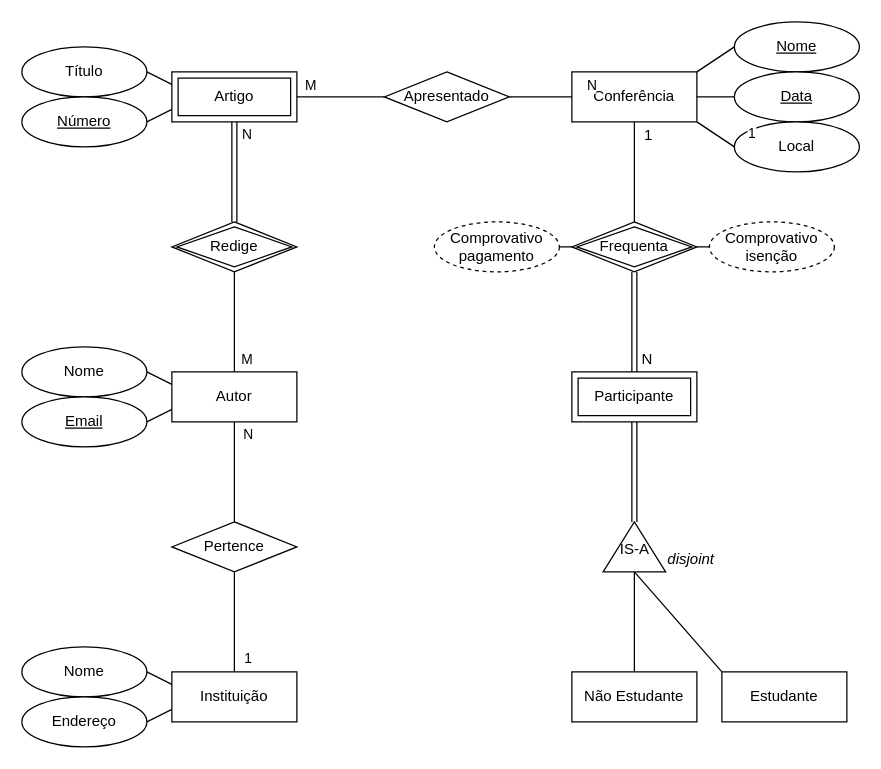
This is page "2.3" (3 of 3) of P/P02/P2.drawio from RafaelCurado/BD-1, a draw.io file, before an edit. Source tidied: cells renumbered, new cells numbered last; positions are measured from the earlier drawing's top-left corner, leaving out a move shared by most shapes. Both pictures are drawn from the tidied source at 125%, with x=0, y=0 at pixel (21, 21).
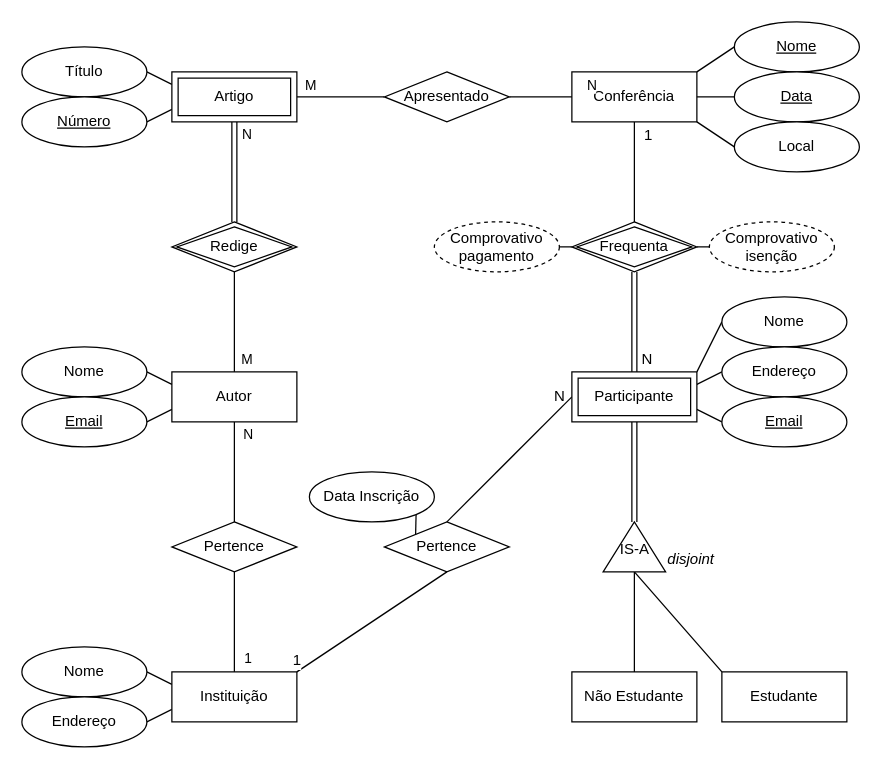
The same page after the edit.

The change refers to these unchanged cells:
```xml
<mxCell id="26" value="Instituição" style="whiteSpace=wrap;html=1;align=center;" parent="1" vertex="1">
  <mxGeometry x="120" y="520" width="100" height="40" as="geometry" />
</mxCell>
<mxCell id="47" value="Participante" style="shape=ext;margin=3;double=1;whiteSpace=wrap;html=1;align=center;fontSize=12;" parent="1" vertex="1">
  <mxGeometry x="440" y="280" width="100" height="40" as="geometry" />
</mxCell>
```

Diff of the diagram source:
```diff
@@
-    <mxCell id="42" value="1" style="edgeLabel;html=1;align=center;verticalAlign=middle;" parent="1" vertex="1">
-      <mxGeometry x="645.4" y="101.2" as="geometry">
-        <mxPoint x="-62" y="-13" as="offset" />
-      </mxGeometry>
-    </mxCell>
@@
+    <mxCell id="54" style="edgeStyle=none;rounded=0;jettySize=auto;html=1;exitX=1;exitY=0;exitDx=0;exitDy=0;entryX=0;entryY=0.5;entryDx=0;entryDy=0;fontSize=12;endArrow=none;endFill=0;" parent="1" edge="1" source="47" target="59">
+      <mxGeometry relative="1" as="geometry" />
+    </mxCell>
+    <mxCell id="55" style="edgeStyle=none;rounded=0;jettySize=auto;html=1;exitX=1;exitY=0.25;exitDx=0;exitDy=0;entryX=0;entryY=0.5;entryDx=0;entryDy=0;fontSize=12;endArrow=none;endFill=0;" parent="1" edge="1" source="47" target="60">
+      <mxGeometry relative="1" as="geometry" />
+    </mxCell>
+    <mxCell id="56" style="edgeStyle=none;rounded=0;jettySize=auto;html=1;exitX=1;exitY=0.75;exitDx=0;exitDy=0;entryX=0;entryY=0.5;entryDx=0;entryDy=0;fontSize=12;endArrow=none;endFill=0;" parent="1" edge="1" source="47" target="61">
+      <mxGeometry relative="1" as="geometry" />
+    </mxCell>
+    <mxCell id="57" style="edgeStyle=none;rounded=0;jettySize=auto;html=1;exitX=0;exitY=0.5;exitDx=0;exitDy=0;entryX=0.5;entryY=0;entryDx=0;entryDy=0;fontSize=12;endArrow=none;endFill=0;" parent="1" edge="1" source="47" target="63">
+      <mxGeometry relative="1" as="geometry" />
+    </mxCell>
+    <mxCell id="58" value="N" style="edgeLabel;html=1;align=center;verticalAlign=middle;fontSize=12;labelBackgroundColor=none;" parent="57" vertex="1">
+      <mxGeometry x="-0.71" y="1" relative="1" as="geometry">
+        <mxPoint x="4" y="-16" as="offset" />
+      </mxGeometry>
+    </mxCell>
@@
+    <mxCell id="59" value="Nome" style="ellipse;whiteSpace=wrap;html=1;align=center;" parent="1" vertex="1">
+      <mxGeometry x="560" y="220" width="100" height="40" as="geometry" />
+    </mxCell>
+    <mxCell id="60" value="Endereço" style="ellipse;whiteSpace=wrap;html=1;align=center;" parent="1" vertex="1">
+      <mxGeometry x="560" y="260" width="100" height="40" as="geometry" />
+    </mxCell>
+    <mxCell id="61" value="&lt;u&gt;Email&lt;/u&gt;" style="ellipse;whiteSpace=wrap;html=1;align=center;" parent="1" vertex="1">
+      <mxGeometry x="560" y="300" width="100" height="40" as="geometry" />
+    </mxCell>
+    <mxCell id="62" style="edgeStyle=none;rounded=0;jettySize=auto;html=1;exitX=0.5;exitY=1;exitDx=0;exitDy=0;entryX=1;entryY=0;entryDx=0;entryDy=0;fontSize=12;endArrow=none;endFill=0;" parent="1" edge="1" source="63" target="26">
+      <mxGeometry relative="1" as="geometry" />
+    </mxCell>
+    <mxCell id="42" value="1" style="edgeLabel;html=1;align=center;verticalAlign=middle;fontSize=12;" parent="62" vertex="1">
+      <mxGeometry x="0.62" y="-2" relative="1" as="geometry">
+        <mxPoint x="-22" y="7" as="offset" />
+      </mxGeometry>
+    </mxCell>
+    <mxCell id="63" value="Pertence" style="shape=rhombus;perimeter=rhombusPerimeter;whiteSpace=wrap;html=1;align=center;" parent="1" vertex="1">
+      <mxGeometry x="290" y="400" width="100" height="40" as="geometry" />
+    </mxCell>
+    <mxCell id="64" style="edgeStyle=none;rounded=0;orthogonalLoop=1;jettySize=auto;html=1;exitX=0;exitY=0.5;exitDx=0;exitDy=0;fontSize=12;endArrow=none;endFill=0;" parent="1" edge="1" source="63" target="63">
+      <mxGeometry relative="1" as="geometry" />
+    </mxCell>
+    <mxCell id="65" style="edgeStyle=none;rounded=0;jettySize=auto;html=1;exitX=1;exitY=1;exitDx=0;exitDy=0;entryX=0;entryY=0;entryDx=0;entryDy=0;fontSize=12;endArrow=none;endFill=0;" parent="1" edge="1" source="66" target="63">
+      <mxGeometry relative="1" as="geometry" />
+    </mxCell>
+    <mxCell id="66" value="Data Inscrição" style="ellipse;whiteSpace=wrap;html=1;align=center;labelBackgroundColor=none;fontSize=12;" parent="1" vertex="1">
+      <mxGeometry x="230" y="360" width="100" height="40" as="geometry" />
+    </mxCell>
```
